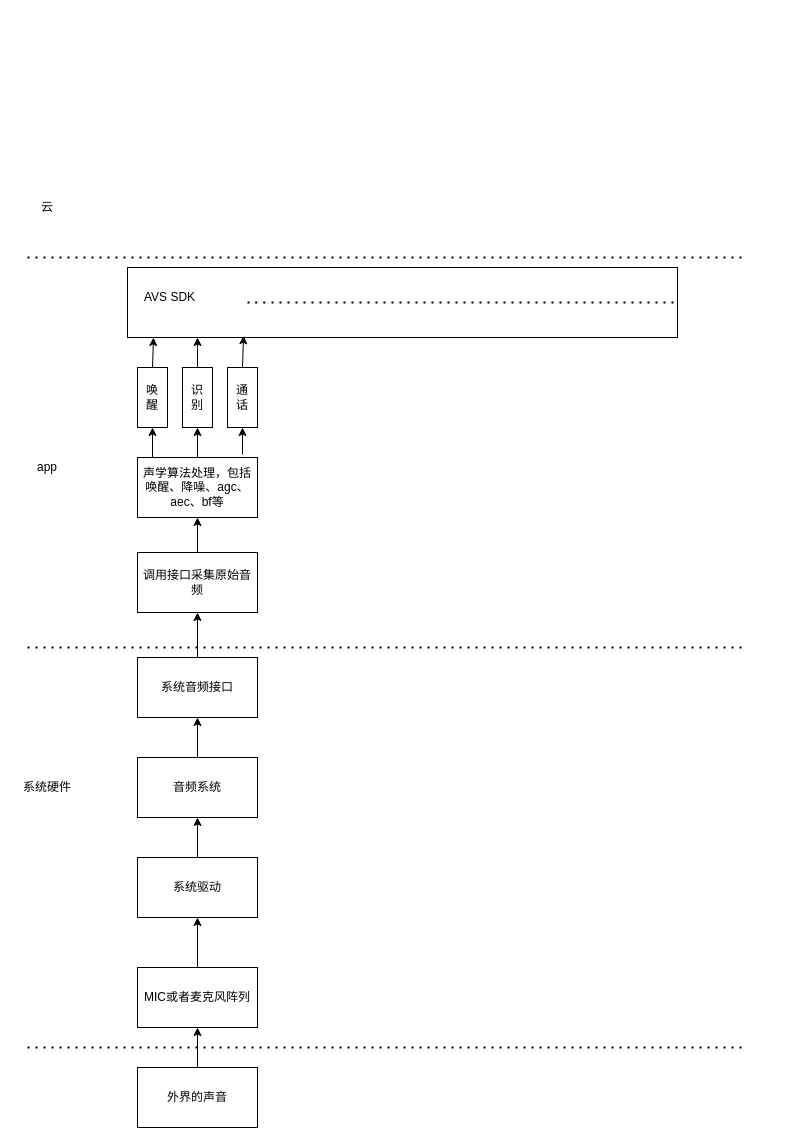
Jiesean/Intelligent-Voice-System keeps this draw.io diagram as 智能语音交互系统/Intelligent Speech Interaction System.drawio. Above is the earlier version. Source tidied: cells renumbered, new cells numbered last; positions are measured from the earlier drawing's top-left corner, leaving out a move shared by most shapes. Both pictures are drawn from the tidied source at 100%, with x=0, y=0 at pixel (17, 197).
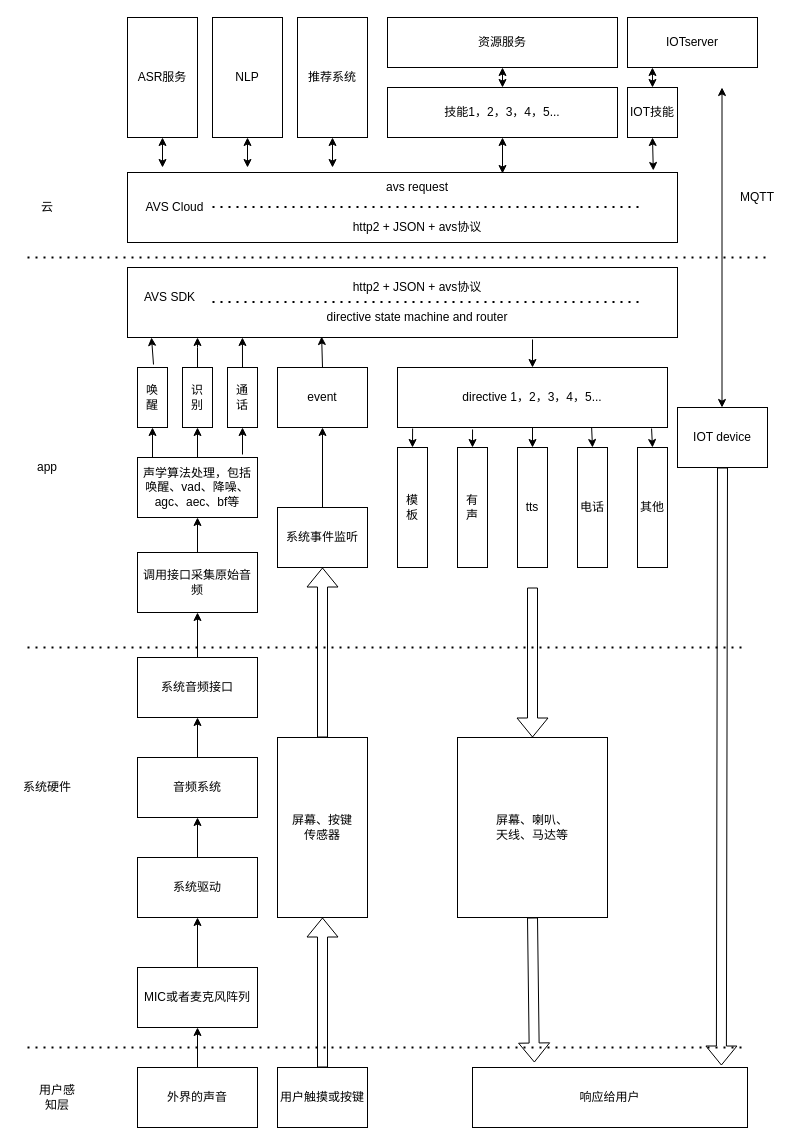
After the change.

Commit message:
Updatefeat: update Untelligent Speech Interaction System.drawio

The change refers to these unchanged cells:
```xml
<mxCell id="19" style="rounded=0;whiteSpace=wrap;html=1;" parent="1" vertex="1">
  <mxGeometry x="110" y="70" width="550" height="70" as="geometry" />
</mxCell>
<mxCell id="22" value="唤&lt;br&gt;醒" style="rounded=0;whiteSpace=wrap;html=1;" parent="1" vertex="1">
  <mxGeometry x="120" y="170" width="30" height="60" as="geometry" />
</mxCell>
<mxCell id="25" value="通&lt;br&gt;话" style="rounded=0;whiteSpace=wrap;html=1;" parent="1" vertex="1">
  <mxGeometry x="210" y="170" width="30" height="60" as="geometry" />
</mxCell>
```

The edit, as a diff of the source:
```diff
@@
     <mxCell id="2" style="endArrow=none;dashed=1;html=1;dashPattern=1 3;strokeWidth=2;" parent="1" edge="1">
       <mxGeometry relative="1" as="geometry">
         <mxPoint x="10" y="60" as="sourcePoint" />
-        <mxPoint x="730" y="60" as="targetPoint" />
+        <mxPoint x="750" y="60" as="targetPoint" />
       </mxGeometry>
     </mxCell>
@@
-    <mxCell id="20" value="声学算法处理，包括唤醒、降噪、agc、aec、bf等" style="rounded=0;whiteSpace=wrap;html=1;" parent="1" vertex="1">
+    <mxCell id="20" value="声学算法处理，包括唤醒、vad、降噪、agc、aec、bf等" style="rounded=0;whiteSpace=wrap;html=1;" parent="1" vertex="1">
       <mxGeometry x="120" y="260" width="120" height="60" as="geometry" />
     </mxCell>
@@
-    <mxCell id="29" style="endArrow=classic;html=1;exitX=0.5;exitY=0;exitDx=0;exitDy=0;" parent="1" edge="1" source="22">
+    <mxCell id="29" style="endArrow=classic;html=1;exitX=0.5;exitY=0;exitDx=0;exitDy=0;entryX=0.042;entryY=1.043;entryDx=0;entryDy=0;entryPerimeter=0;" parent="1" edge="1">
       <mxGeometry relative="1" as="geometry">
-        <mxPoint x="136" y="140" as="targetPoint" />
+        <mxPoint x="136" y="167" as="sourcePoint" />
+        <mxPoint x="134.1" y="140" as="targetPoint" />
+        <Array as="points">
+          <mxPoint x="134" y="140" />
+        </Array>
       </mxGeometry>
     </mxCell>
-    <mxCell id="30" style="endArrow=classic;html=1;exitX=0.5;exitY=0;exitDx=0;exitDy=0;entryX=0.211;entryY=0.975;entryDx=0;entryDy=0;entryPerimeter=0;" parent="1" edge="1" source="25" target="19">
+    <mxCell id="30" style="endArrow=classic;html=1;exitX=0.5;exitY=0;exitDx=0;exitDy=0;entryX=0.209;entryY=1;entryDx=0;entryDy=0;entryPerimeter=0;" parent="1" edge="1" source="25" target="19">
       <mxGeometry relative="1" as="geometry" />
     </mxCell>
@@
-    <mxCell id="32" style="endArrow=none;dashed=1;html=1;dashPattern=1 3;strokeWidth=2;" parent="1" edge="1" target="19">
+    <mxCell id="32" style="endArrow=none;dashed=1;html=1;dashPattern=1 3;strokeWidth=2;" parent="1" edge="1">
       <mxGeometry relative="1" as="geometry">
-        <mxPoint x="230" y="105" as="sourcePoint" />
+        <mxPoint x="195" y="104.5" as="sourcePoint" />
+        <mxPoint x="625" y="104.5" as="targetPoint" />
         <Array as="points">
-          <mxPoint x="240" y="105" />
-          <mxPoint x="630" y="105" />
+          <mxPoint x="275" y="104.5" />
+          <mxPoint x="315" y="104.5" />
+          <mxPoint x="595" y="104.5" />
         </Array>
       </mxGeometry>
     </mxCell>
+    <mxCell id="33" value="directive state machine and router" style="text;html=1;strokeColor=none;fillColor=none;align=center;verticalAlign=middle;whiteSpace=wrap;rounded=0;" parent="1" vertex="1">
+      <mxGeometry x="300" y="110" width="200" height="20" as="geometry" />
+    </mxCell>
+    <mxCell id="34" value="http2 + JSON + avs协议" style="text;html=1;strokeColor=none;fillColor=none;align=center;verticalAlign=middle;whiteSpace=wrap;rounded=0;" parent="1" vertex="1">
+      <mxGeometry x="300" y="80" width="200" height="20" as="geometry" />
+    </mxCell>
+    <mxCell id="35" style="rounded=0;whiteSpace=wrap;html=1;" parent="1" vertex="1">
+      <mxGeometry x="110" y="-25" width="550" height="70" as="geometry" />
+    </mxCell>
+    <mxCell id="36" value="AVS Cloud" style="text;html=1;strokeColor=none;fillColor=none;align=center;verticalAlign=middle;whiteSpace=wrap;rounded=0;" parent="1" vertex="1">
+      <mxGeometry x="125" width="65" height="20" as="geometry" />
+    </mxCell>
+    <mxCell id="37" style="endArrow=none;dashed=1;html=1;dashPattern=1 3;strokeWidth=2;" parent="1" edge="1">
+      <mxGeometry relative="1" as="geometry">
+        <mxPoint x="195" y="9.5" as="sourcePoint" />
+        <mxPoint x="625" y="9.5" as="targetPoint" />
+        <Array as="points">
+          <mxPoint x="275" y="9.5" />
+          <mxPoint x="315" y="9.5" />
+          <mxPoint x="595" y="9.5" />
+        </Array>
+      </mxGeometry>
+    </mxCell>
+    <mxCell id="38" value="http2 + JSON + avs协议" style="text;html=1;strokeColor=none;fillColor=none;align=center;verticalAlign=middle;whiteSpace=wrap;rounded=0;" parent="1" vertex="1">
+      <mxGeometry x="300" y="20" width="200" height="20" as="geometry" />
+    </mxCell>
+    <mxCell id="39" value="avs request" style="text;html=1;strokeColor=none;fillColor=none;align=center;verticalAlign=middle;whiteSpace=wrap;rounded=0;" parent="1" vertex="1">
+      <mxGeometry x="300" y="-20" width="200" height="20" as="geometry" />
+    </mxCell>
+    <mxCell id="40" value="ASR服务" style="rounded=0;whiteSpace=wrap;html=1;" parent="1" vertex="1">
+      <mxGeometry x="110" y="-180" width="70" height="120" as="geometry" />
+    </mxCell>
+    <mxCell id="41" value="NLP" style="rounded=0;whiteSpace=wrap;html=1;" parent="1" vertex="1">
+      <mxGeometry x="195" y="-180" width="70" height="120" as="geometry" />
+    </mxCell>
+    <mxCell id="42" value="推荐系统" style="rounded=0;whiteSpace=wrap;html=1;" parent="1" vertex="1">
+      <mxGeometry x="280" y="-180" width="70" height="120" as="geometry" />
+    </mxCell>
+    <mxCell id="43" value="技能1，2，3，4，5..." style="rounded=0;whiteSpace=wrap;html=1;" parent="1" vertex="1">
+      <mxGeometry x="370" y="-110" width="230" height="50" as="geometry" />
+    </mxCell>
+    <mxCell id="44" style="endArrow=classic;startArrow=classic;html=1;entryX=0.5;entryY=1;entryDx=0;entryDy=0;" parent="1" edge="1" target="40">
+      <mxGeometry relative="1" as="geometry">
+        <mxPoint x="145" y="-30" as="sourcePoint" />
+      </mxGeometry>
+    </mxCell>
+    <mxCell id="45" style="endArrow=classic;startArrow=classic;html=1;entryX=0.5;entryY=1;entryDx=0;entryDy=0;" parent="1" edge="1" target="41">
+      <mxGeometry relative="1" as="geometry">
+        <mxPoint x="230" y="-30" as="sourcePoint" />
+      </mxGeometry>
+    </mxCell>
+    <mxCell id="46" style="endArrow=classic;startArrow=classic;html=1;entryX=0.5;entryY=1;entryDx=0;entryDy=0;" parent="1" edge="1" target="42">
+      <mxGeometry relative="1" as="geometry">
+        <mxPoint x="315" y="-30" as="sourcePoint" />
+      </mxGeometry>
+    </mxCell>
+    <mxCell id="47" style="endArrow=classic;startArrow=classic;html=1;entryX=0.5;entryY=1;entryDx=0;entryDy=0;exitX=0.925;exitY=-0.2;exitDx=0;exitDy=0;exitPerimeter=0;" parent="1" edge="1" source="39" target="43">
+      <mxGeometry relative="1" as="geometry" />
+    </mxCell>
+    <mxCell id="48" value="资源服务" style="rounded=0;whiteSpace=wrap;html=1;" parent="1" vertex="1">
+      <mxGeometry x="370" y="-180" width="230" height="50" as="geometry" />
+    </mxCell>
+    <mxCell id="49" style="endArrow=classic;startArrow=classic;html=1;entryX=0.5;entryY=1;entryDx=0;entryDy=0;exitX=0.5;exitY=0;exitDx=0;exitDy=0;" parent="1" edge="1" source="43" target="48">
+      <mxGeometry relative="1" as="geometry" />
+    </mxCell>
+    <mxCell id="50" value="IOT技能" style="rounded=0;whiteSpace=wrap;html=1;" parent="1" vertex="1">
+      <mxGeometry x="610" y="-110" width="50" height="50" as="geometry" />
+    </mxCell>
+    <mxCell id="51" value="IOTserver" style="rounded=0;whiteSpace=wrap;html=1;" parent="1" vertex="1">
+      <mxGeometry x="610" y="-180" width="130" height="50" as="geometry" />
+    </mxCell>
+    <mxCell id="52" style="endArrow=classic;startArrow=classic;html=1;entryX=0.5;entryY=1;entryDx=0;entryDy=0;exitX=0.956;exitY=-0.029;exitDx=0;exitDy=0;exitPerimeter=0;" parent="1" edge="1" source="35" target="50">
+      <mxGeometry relative="1" as="geometry" />
+    </mxCell>
+    <mxCell id="53" style="endArrow=classic;startArrow=classic;html=1;entryX=0.192;entryY=1;entryDx=0;entryDy=0;exitX=0.5;exitY=0;exitDx=0;exitDy=0;entryPerimeter=0;" parent="1" edge="1" source="50" target="51">
+      <mxGeometry relative="1" as="geometry" />
+    </mxCell>
+    <mxCell id="54" value="IOT device" style="rounded=0;whiteSpace=wrap;html=1;" parent="1" vertex="1">
+      <mxGeometry x="660" y="210" width="90" height="60" as="geometry" />
+    </mxCell>
+    <mxCell id="55" style="endArrow=classic;startArrow=classic;html=1;" parent="1" edge="1">
+      <mxGeometry relative="1" as="geometry">
+        <mxPoint x="704.5" y="210" as="sourcePoint" />
+        <mxPoint x="704.5" y="-110" as="targetPoint" />
+      </mxGeometry>
+    </mxCell>
+    <mxCell id="56" value="MQTT" style="text;html=1;strokeColor=none;fillColor=none;align=center;verticalAlign=middle;whiteSpace=wrap;rounded=0;" parent="1" vertex="1">
+      <mxGeometry x="720" y="-10" width="40" height="20" as="geometry" />
+    </mxCell>
+    <mxCell id="57" value="directive 1，2，3，4，5..." style="rounded=0;whiteSpace=wrap;html=1;" parent="1" vertex="1">
+      <mxGeometry x="380" y="170" width="270" height="60" as="geometry" />
+    </mxCell>
+    <mxCell id="58" style="endArrow=classic;html=1;entryX=0.5;entryY=0;entryDx=0;entryDy=0;" parent="1" edge="1" target="57">
+      <mxGeometry relative="1" as="geometry">
+        <mxPoint x="515" y="142" as="sourcePoint" />
+      </mxGeometry>
+    </mxCell>
+    <mxCell id="59" value="模&lt;br&gt;板" style="rounded=0;whiteSpace=wrap;html=1;" parent="1" vertex="1">
+      <mxGeometry x="380" y="250" width="30" height="120" as="geometry" />
+    </mxCell>
+    <mxCell id="60" value="有&lt;br&gt;声" style="rounded=0;whiteSpace=wrap;html=1;" parent="1" vertex="1">
+      <mxGeometry x="440" y="250" width="30" height="120" as="geometry" />
+    </mxCell>
+    <mxCell id="61" value="tts" style="rounded=0;whiteSpace=wrap;html=1;" parent="1" vertex="1">
+      <mxGeometry x="500" y="250" width="30" height="120" as="geometry" />
+    </mxCell>
+    <mxCell id="62" value="电话" style="rounded=0;whiteSpace=wrap;html=1;" parent="1" vertex="1">
+      <mxGeometry x="560" y="250" width="30" height="120" as="geometry" />
+    </mxCell>
+    <mxCell id="63" value="其他" style="rounded=0;whiteSpace=wrap;html=1;" parent="1" vertex="1">
+      <mxGeometry x="620" y="250" width="30" height="120" as="geometry" />
+    </mxCell>
+    <mxCell id="64" style="endArrow=classic;html=1;entryX=0.5;entryY=0;entryDx=0;entryDy=0;exitX=0.056;exitY=1.017;exitDx=0;exitDy=0;exitPerimeter=0;" parent="1" edge="1" source="57" target="59">
+      <mxGeometry relative="1" as="geometry" />
+    </mxCell>
+    <mxCell id="65" style="endArrow=classic;html=1;entryX=0.5;entryY=0;entryDx=0;entryDy=0;exitX=0.278;exitY=1.033;exitDx=0;exitDy=0;exitPerimeter=0;" parent="1" edge="1" source="57" target="60">
+      <mxGeometry relative="1" as="geometry" />
+    </mxCell>
+    <mxCell id="66" style="endArrow=classic;html=1;entryX=0.5;entryY=0;entryDx=0;entryDy=0;exitX=0.5;exitY=1;exitDx=0;exitDy=0;" parent="1" edge="1" source="57" target="61">
+      <mxGeometry relative="1" as="geometry" />
+    </mxCell>
+    <mxCell id="67" style="endArrow=classic;html=1;entryX=0.5;entryY=0;entryDx=0;entryDy=0;exitX=0.719;exitY=1;exitDx=0;exitDy=0;exitPerimeter=0;" parent="1" edge="1" source="57" target="62">
+      <mxGeometry relative="1" as="geometry" />
+    </mxCell>
+    <mxCell id="68" style="endArrow=classic;html=1;entryX=0.5;entryY=0;entryDx=0;entryDy=0;exitX=0.941;exitY=1.017;exitDx=0;exitDy=0;exitPerimeter=0;" parent="1" edge="1" source="57" target="63">
+      <mxGeometry relative="1" as="geometry" />
+    </mxCell>
+    <mxCell id="69" value="屏幕、喇叭、&lt;br&gt;天线、马达等" style="rounded=0;whiteSpace=wrap;html=1;" parent="1" vertex="1">
+      <mxGeometry x="440" y="540" width="150" height="180" as="geometry" />
+    </mxCell>
+    <mxCell id="70" style="shape=flexArrow;endArrow=classic;html=1;entryX=0.5;entryY=0;entryDx=0;entryDy=0;" parent="1" edge="1" target="69">
+      <mxGeometry relative="1" as="geometry">
+        <mxPoint x="515" y="390" as="sourcePoint" />
+      </mxGeometry>
+    </mxCell>
+    <mxCell id="71" style="shape=flexArrow;endArrow=classic;html=1;exitX=0.5;exitY=1;exitDx=0;exitDy=0;entryX=0.225;entryY=-0.083;entryDx=0;entryDy=0;entryPerimeter=0;" parent="1" edge="1" source="69" target="72">
+      <mxGeometry relative="1" as="geometry" />
+    </mxCell>
+    <mxCell id="72" value="响应给用户" style="rounded=0;whiteSpace=wrap;html=1;" parent="1" vertex="1">
+      <mxGeometry x="455" y="870" width="275" height="60" as="geometry" />
+    </mxCell>
+    <mxCell id="73" value="用户触摸或按键" style="rounded=0;whiteSpace=wrap;html=1;" parent="1" vertex="1">
+      <mxGeometry x="260" y="870" width="90" height="60" as="geometry" />
+    </mxCell>
+    <mxCell id="74" value="屏幕、按键&lt;br&gt;传感器" style="rounded=0;whiteSpace=wrap;html=1;" parent="1" vertex="1">
+      <mxGeometry x="260" y="540" width="90" height="180" as="geometry" />
+    </mxCell>
+    <mxCell id="75" style="shape=flexArrow;endArrow=classic;html=1;entryX=0.5;entryY=1;entryDx=0;entryDy=0;exitX=0.5;exitY=0;exitDx=0;exitDy=0;" parent="1" edge="1" source="73" target="74">
+      <mxGeometry relative="1" as="geometry" />
+    </mxCell>
+    <mxCell id="76" style="shape=flexArrow;endArrow=classic;html=1;exitX=0.5;exitY=0;exitDx=0;exitDy=0;entryX=0.5;entryY=1;entryDx=0;entryDy=0;" parent="1" edge="1" source="74" target="77">
+      <mxGeometry relative="1" as="geometry" />
+    </mxCell>
+    <mxCell id="77" value="系统事件监听" style="rounded=0;whiteSpace=wrap;html=1;" parent="1" vertex="1">
+      <mxGeometry x="260" y="310" width="90" height="60" as="geometry" />
+    </mxCell>
+    <mxCell id="78" value="event" style="rounded=0;whiteSpace=wrap;html=1;" parent="1" vertex="1">
+      <mxGeometry x="260" y="170" width="90" height="60" as="geometry" />
+    </mxCell>
+    <mxCell id="79" style="endArrow=classic;html=1;entryX=0.5;entryY=1;entryDx=0;entryDy=0;exitX=0.5;exitY=0;exitDx=0;exitDy=0;" parent="1" edge="1" source="77" target="78">
+      <mxGeometry relative="1" as="geometry" />
+    </mxCell>
+    <mxCell id="80" style="endArrow=classic;html=1;entryX=0.353;entryY=0.986;entryDx=0;entryDy=0;entryPerimeter=0;exitX=0.5;exitY=0;exitDx=0;exitDy=0;" parent="1" edge="1" source="78" target="19">
+      <mxGeometry relative="1" as="geometry" />
+    </mxCell>
+    <mxCell id="81" style="shape=flexArrow;endArrow=classic;html=1;entryX=0.905;entryY=-0.033;entryDx=0;entryDy=0;entryPerimeter=0;exitX=0.5;exitY=1;exitDx=0;exitDy=0;" parent="1" edge="1" source="54" target="72">
+      <mxGeometry relative="1" as="geometry" />
+    </mxCell>
+    <mxCell id="82" value="用户感知层" style="text;html=1;strokeColor=none;fillColor=none;align=center;verticalAlign=middle;whiteSpace=wrap;rounded=0;" parent="1" vertex="1">
+      <mxGeometry x="20" y="890" width="40" height="20" as="geometry" />
+    </mxCell>
```
